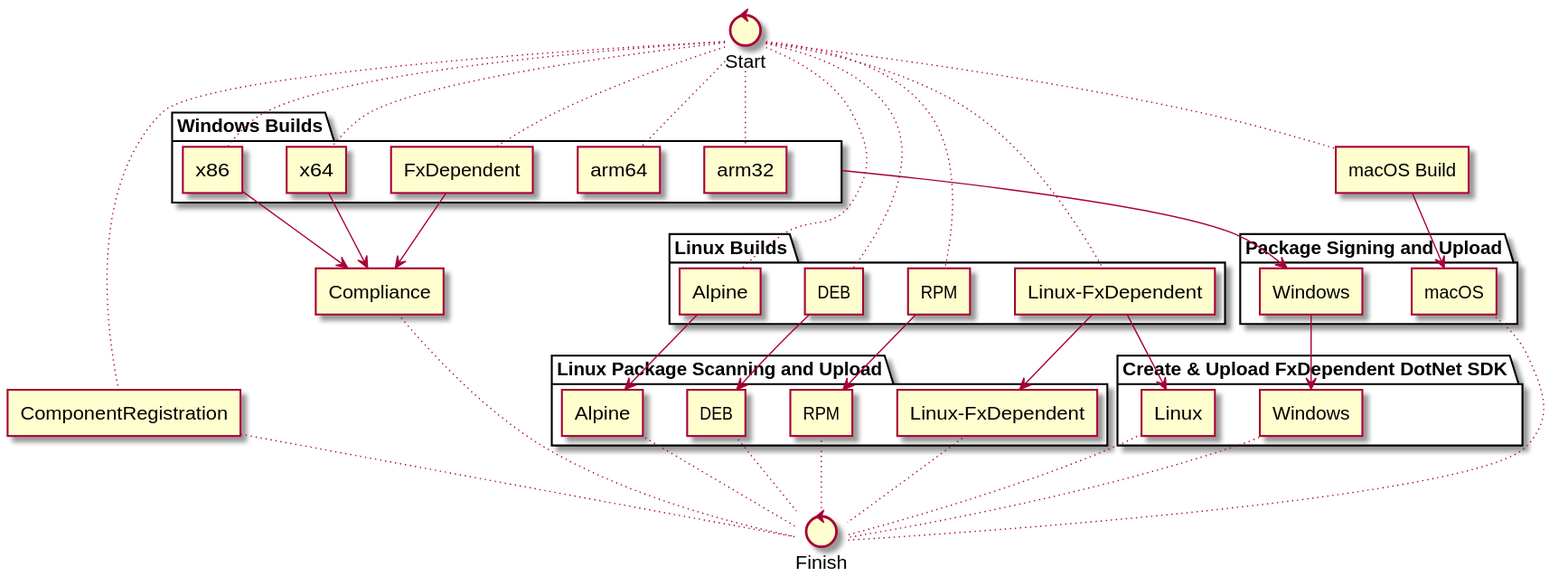
Above: tools/releaseBuild/azureDevOps/diagram.svg in PowerShell/PowerShell (PlantUML), before the change. The source it was exported from:
```plantuml
@startuml

folder "Linux Builds" {
    agent "DEB"  as BuildDEB
    agent "RPM"  as BuildRPM
    agent "Alpine"  as BuildAlpine
    agent "Linux-FxDependent"  as BuildLinuxFx

}

agent "macOS Build"  as BuildMac

folder "Windows Builds" as WinBuilds {
    agent "x64"  as BuildWinX64
    agent "x86"  as BuildWinX86
    agent "arm32"  as BuildWinArm32
    agent "arm64"  as BuildWinArm64
    agent "FxDependent"  as BuildWinFx
}

agent "ComponentRegistration"  as BuildCG

folder "Linux Package Scanning and Upload" {
    agent "DEB"  as UploadDEB
    agent "RPM"  as UploadRPM
    agent "Alpine"  as UploadAlpine
    agent "Linux-FxDependent"  as UploadLinuxFx
}

folder "Package Signing and Upload" {
    agent "macOS"  as SignMac

    agent "Windows"  as SignWin
}


agent "Compliance"  as Compliance

folder "Create & Upload FxDependent DotNet SDK" {
    agent "Linux" as BuildLinuxFxSdk
    agent "Windows" as BuildWinFxSdk
}

control "Finish"  as Finish
control "Start" as Start

BuildDEB -down-> UploadDEB
BuildRPM -down-> UploadRPM
BuildLinuxFx -down-> UploadLinuxFx
BuildAlpine -down-> UploadAlpine

BuildMac -down-> SignMac

WinBuilds -down-> SignWin

BuildWinX86 -down-> Compliance
BuildWinX64 -down-> Compliance
BuildWinFx -down-> Compliance

BuildLinuxFx -down-> BuildLinuxFxSdk
SignWin -down-> BuildWinFxSdk

Compliance ~~ Finish
UploadAlpine ~~ Finish
UploadDEB ~~ Finish
UploadRPM ~~ Finish
UploadLinuxFx ~~ Finish
SignMac ~~ Finish
BuildCG ~~ Finish
BuildLinuxFxSdk ~~ Finish
BuildWinFxSdk ~~ Finish

Start ~~ BuildDEB
Start ~~ BuildRPM
Start ~~ BuildAlpine
Start ~~ BuildLinuxFx
Start ~~ BuildMac
Start ~~ BuildWinX64
Start ~~ BuildWinX86
Start ~~ BuildWinFx
Start ~~ BuildWinArm32
Start ~~ BuildWinArm64
Start ~~ BuildCG

@enduml
```
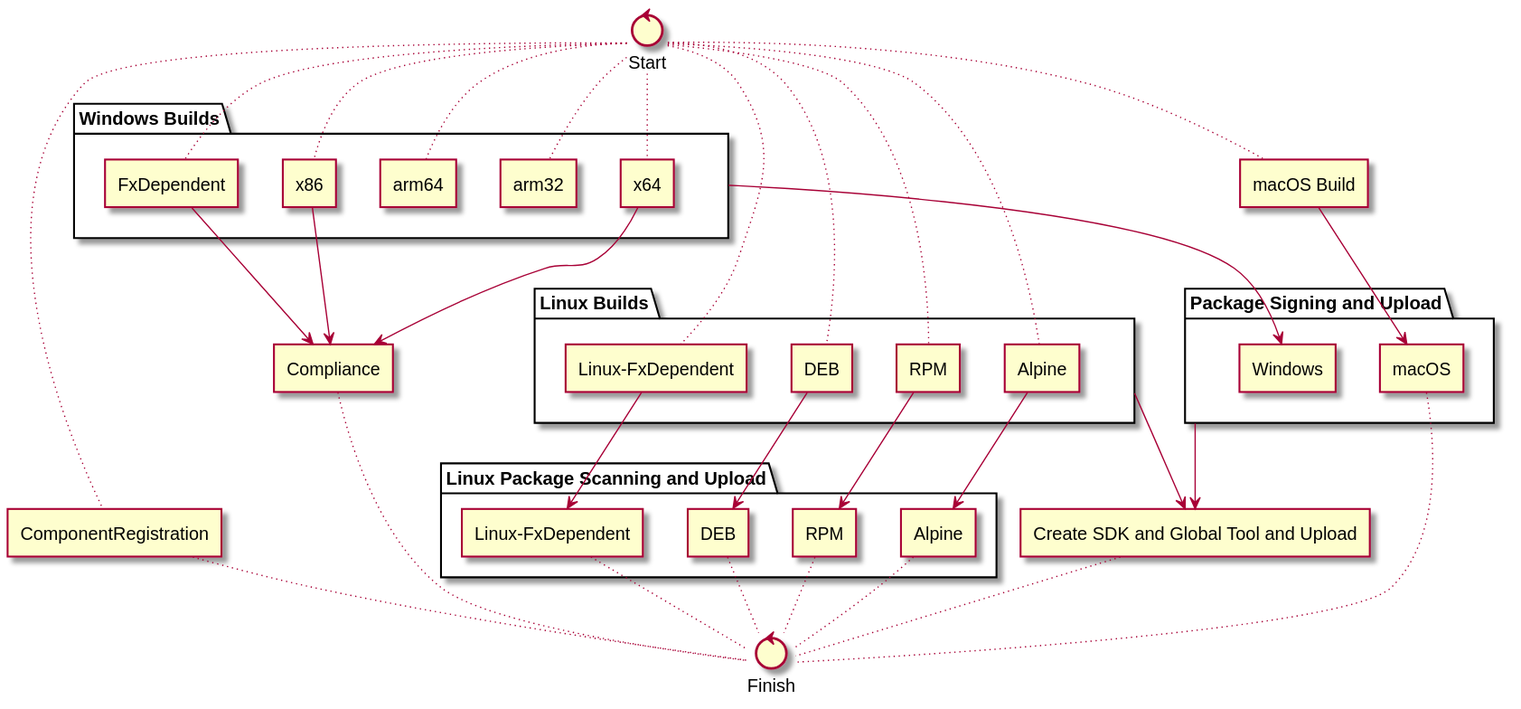
Later version of the same file.

Commit message:
Update UML to represent SDK and Global tool builds

Diff of the diagram source:
```diff
@@ -1,6 +1,6 @@
 @startuml
 
-folder "Linux Builds" {
+folder "Linux Builds" as LinuxBuilds {
     agent "DEB"  as BuildDEB
     agent "RPM"  as BuildRPM
     agent "Alpine"  as BuildAlpine
@@ -20,14 +20,14 @@
 
 agent "ComponentRegistration"  as BuildCG
 
-folder "Linux Package Scanning and Upload" {
+folder "Linux Package Scanning and Upload" as PkgScanUploadLinux {
     agent "DEB"  as UploadDEB
     agent "RPM"  as UploadRPM
     agent "Alpine"  as UploadAlpine
     agent "Linux-FxDependent"  as UploadLinuxFx
 }
 
-folder "Package Signing and Upload" {
+folder "Package Signing and Upload" as PkgSignUpload {
     agent "macOS"  as SignMac
 
     agent "Windows"  as SignWin
@@ -36,10 +36,9 @@
 
 agent "Compliance"  as Compliance
 
-folder "Create & Upload FxDependent DotNet SDK" {
-    agent "Linux" as BuildLinuxFxSdk
-    agent "Windows" as BuildWinFxSdk
-}
+
+agent "Create SDK and Global Tool and Upload" as BuildNuGet
+
 
 control "Finish"  as Finish
 control "Start" as Start
@@ -57,8 +56,8 @@
 BuildWinX64 -down-> Compliance
 BuildWinFx -down-> Compliance
 
-BuildLinuxFx -down-> BuildLinuxFxSdk
-SignWin -down-> BuildWinFxSdk
+PkgSignUpload -down-> BuildNuGet
+LinuxBuilds -down-> BuildNuGet
 
 Compliance ~~ Finish
 UploadAlpine ~~ Finish
@@ -67,8 +66,7 @@
 UploadLinuxFx ~~ Finish
 SignMac ~~ Finish
 BuildCG ~~ Finish
-BuildLinuxFxSdk ~~ Finish
-BuildWinFxSdk ~~ Finish
+BuildNuGet ~~ Finish
 
 Start ~~ BuildDEB
 Start ~~ BuildRPM
```
